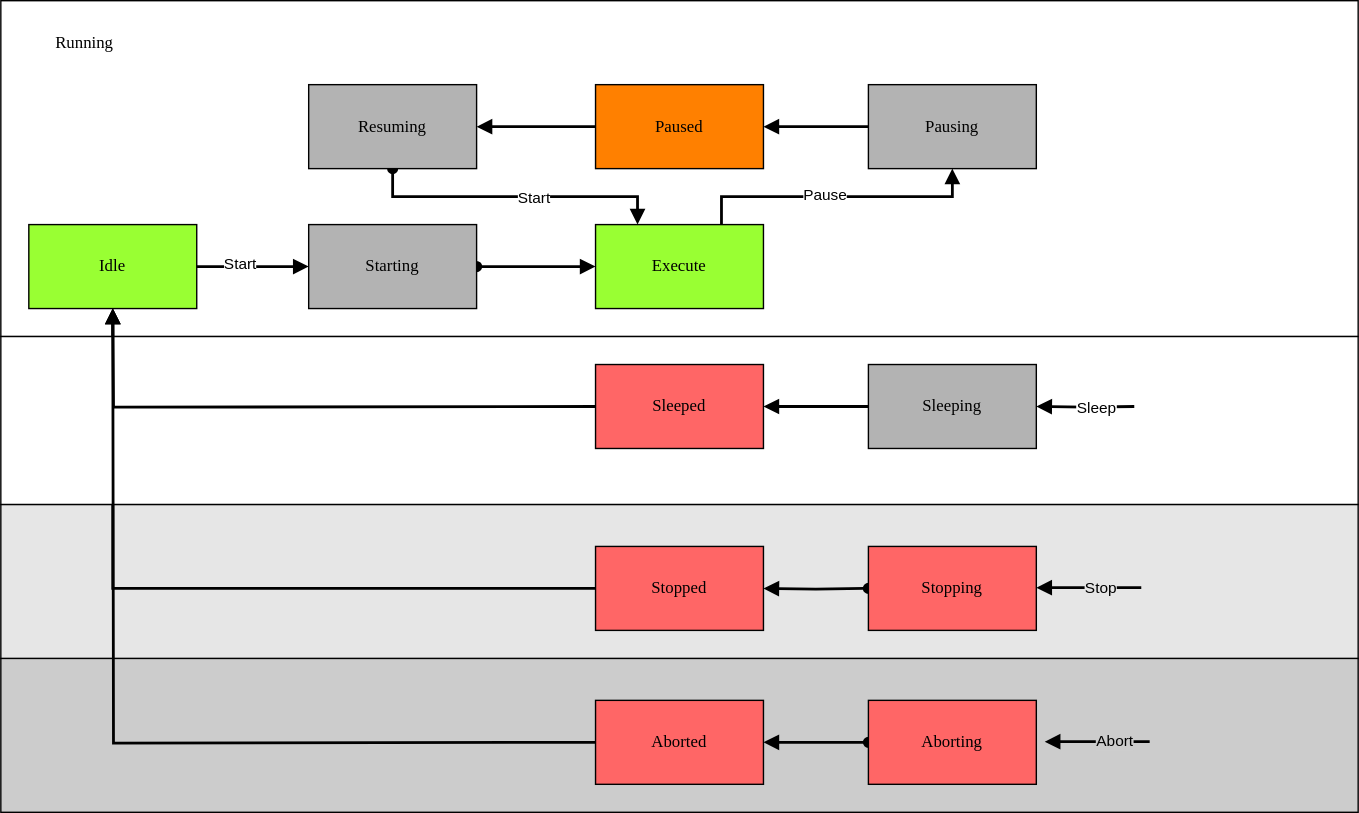
The draw.io diagram docs/StateMachine.drawio.svg in PeterZerlauth/Tc3_Component, before a commit. Source tidied: cells renumbered, new cells last; positions are measured from the earlier drawing's top-left corner, leaving out a move shared by most shapes.
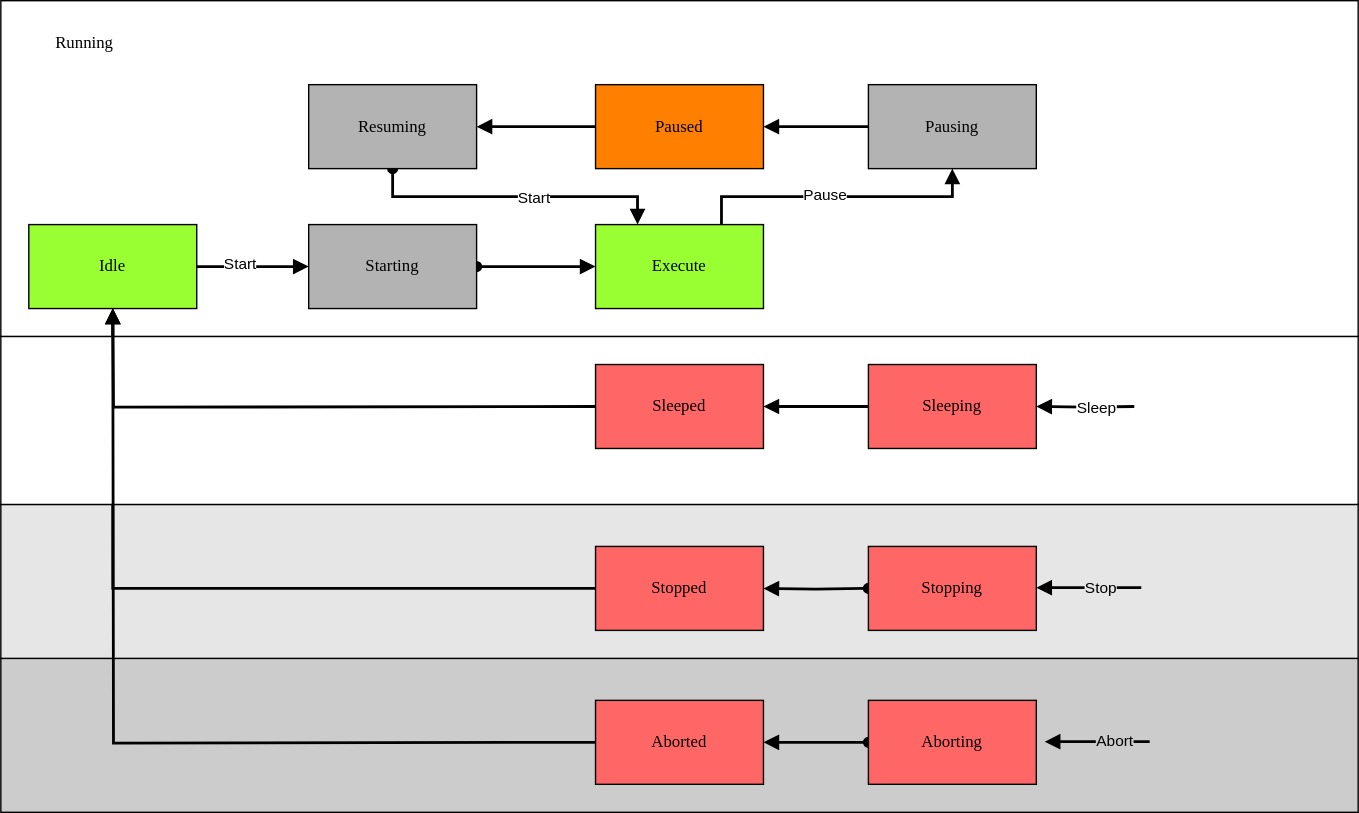
Above is the later version.

What changed in the source:
```diff
@@ -117,7 +117,7 @@
     <mxCell id="33" value="Sleeped" style="rounded=0;whiteSpace=wrap;html=1;arcSize=24;fillColor=#FF6666;strokeColor=#000000;shadow=0;comic=0;labelBackgroundColor=none;fontFamily=Verdana;fontSize=12;fontColor=#000000;align=center;" parent="1" vertex="1">
       <mxGeometry x="425" y="260" width="120" height="60" as="geometry" />
     </mxCell>
-    <mxCell id="34" value="Sleeping" style="rounded=0;whiteSpace=wrap;html=1;arcSize=24;fillColor=#B3B3B3;strokeColor=#000000;shadow=0;comic=0;labelBackgroundColor=none;fontFamily=Verdana;fontSize=12;fontColor=#000000;align=center;" parent="1" vertex="1">
+    <mxCell id="34" value="Sleeping" style="rounded=0;whiteSpace=wrap;html=1;arcSize=24;fillColor=#FF6666;strokeColor=#000000;shadow=0;comic=0;labelBackgroundColor=none;fontFamily=Verdana;fontSize=12;fontColor=#000000;align=center;" parent="1" vertex="1">
       <mxGeometry x="620" y="260" width="120" height="60" as="geometry" />
     </mxCell>
     <mxCell id="35" style="edgeStyle=orthogonalEdgeStyle;rounded=0;jettySize=auto;html=1;strokeColor=default;align=center;verticalAlign=middle;fontFamily=Helvetica;fontSize=11;fontColor=default;labelBackgroundColor=default;endArrow=block;endFill=1;strokeWidth=2;entryX=1;entryY=0.5;entryDx=0;entryDy=0;" parent="1" edge="1" target="34">
```
